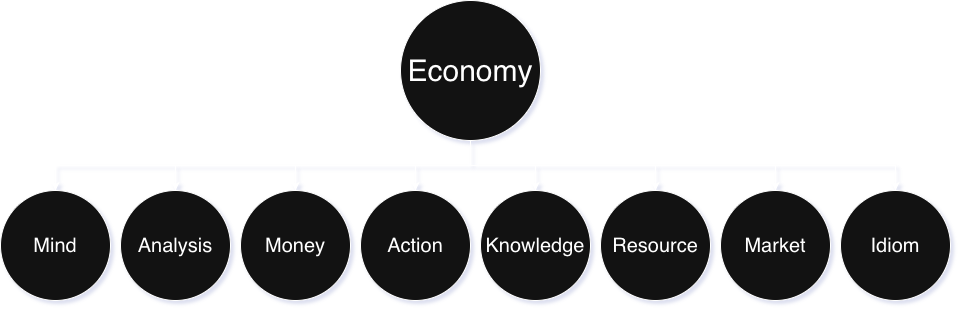
kashanimorteza/economy_document keeps this draw.io diagram as design/economy.png. Above is the earlier version. Source tidied: cells renumbered, new cells last; positions are measured from the earlier drawing's top-left corner, leaving out a move shared by most shapes.
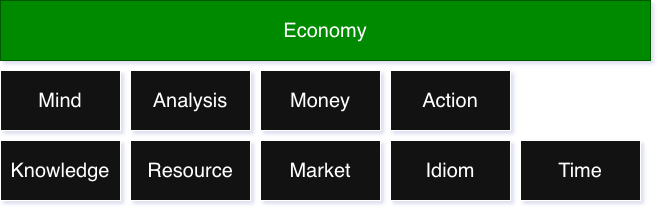
The same file after the commit.

Change to the diagram source:
```diff
@@ -2,56 +2,35 @@
   <root>
     <mxCell id="0" />
     <mxCell id="1" parent="0" />
-    <mxCell id="2" style="edgeStyle=orthogonalEdgeStyle;rounded=0;jettySize=auto;html=1;exitX=0.5;exitY=1;exitDx=0;exitDy=0;" parent="1" edge="1" source="4" target="5">
-      <mxGeometry relative="1" as="geometry" />
-    </mxCell>
-    <mxCell id="3" style="edgeStyle=orthogonalEdgeStyle;rounded=0;jettySize=auto;html=1;strokeColor=default;align=center;verticalAlign=middle;fontFamily=Helvetica;fontSize=11;fontColor=default;labelBackgroundColor=default;endArrow=classic;exitX=0.5;exitY=1;exitDx=0;exitDy=0;" parent="1" edge="1" source="4" target="6">
-      <mxGeometry relative="1" as="geometry" />
-    </mxCell>
-    <mxCell id="4" value="&lt;font style=&quot;font-size: 30px;&quot;&gt;Economy&lt;/font&gt;" style="ellipse;whiteSpace=wrap;html=1;" parent="1" vertex="1">
-      <mxGeometry x="400" width="140" height="140" as="geometry" />
-    </mxCell>
-    <mxCell id="5" value="Knowledge" style="ellipse;whiteSpace=wrap;html=1;fontSize=20;" parent="1" vertex="1">
-      <mxGeometry x="480" y="190" width="110" height="110" as="geometry" />
-    </mxCell>
+    <mxCell id="15" value="Analysis" style="whiteSpace=wrap;html=1;fontSize=20;" parent="1" vertex="1">
+      <mxGeometry x="100" y="100" width="120" height="60" as="geometry" />
+    </mxCell>
+    <mxCell id="11" value="Money" style="whiteSpace=wrap;html=1;fontSize=20;" parent="1" vertex="1">
+      <mxGeometry x="230" y="100" width="120" height="60" as="geometry" />
+    </mxCell>
+    <mxCell id="9" value="Action" style="whiteSpace=wrap;html=1;fontSize=20;" parent="1" vertex="1">
+      <mxGeometry x="360" y="100" width="120" height="60" as="geometry" />
+    </mxCell>
+    <mxCell id="17" value="Mind" style="whiteSpace=wrap;html=1;fontSize=20;" parent="1" vertex="1">
+      <mxGeometry x="-30" y="100" width="120" height="60" as="geometry" />
+    </mxCell>
-    <mxCell id="6" value="Resource" style="ellipse;whiteSpace=wrap;html=1;strokeColor=default;align=center;verticalAlign=middle;fontFamily=Helvetica;fontSize=20;fontColor=default;fillColor=default;" parent="1" vertex="1">
-      <mxGeometry x="600" y="190" width="110" height="110" as="geometry" />
+    <mxCell id="6" value="Resource" style="whiteSpace=wrap;html=1;fontSize=20;" parent="1" vertex="1">
+      <mxGeometry x="100" y="170" width="120" height="60" as="geometry" />
     </mxCell>
-    <mxCell id="7" value="Market" style="ellipse;whiteSpace=wrap;html=1;strokeColor=default;align=center;verticalAlign=middle;fontFamily=Helvetica;fontSize=20;fontColor=default;fillColor=default;" parent="1" vertex="1">
-      <mxGeometry x="720" y="190" width="110" height="110" as="geometry" />
+    <mxCell id="7" value="Market" style="whiteSpace=wrap;html=1;fontSize=20;" parent="1" vertex="1">
+      <mxGeometry x="230" y="170" width="120" height="60" as="geometry" />
     </mxCell>
-    <mxCell id="8" style="edgeStyle=orthogonalEdgeStyle;rounded=0;jettySize=auto;html=1;strokeColor=default;align=center;verticalAlign=middle;fontFamily=Helvetica;fontSize=11;fontColor=default;labelBackgroundColor=default;endArrow=classic;exitX=0.5;exitY=1;exitDx=0;exitDy=0;" parent="1" edge="1" source="4" target="7">
-      <mxGeometry relative="1" as="geometry" />
-    </mxCell>
-    <mxCell id="9" value="Action" style="ellipse;whiteSpace=wrap;html=1;fontSize=20;" parent="1" vertex="1">
-      <mxGeometry x="360" y="190" width="110" height="110" as="geometry" />
-    </mxCell>
-    <mxCell id="10" style="edgeStyle=orthogonalEdgeStyle;rounded=0;jettySize=auto;html=1;exitX=0.5;exitY=1;exitDx=0;exitDy=0;" parent="1" edge="1" source="4" target="9">
-      <mxGeometry relative="1" as="geometry" />
-    </mxCell>
-    <mxCell id="11" value="Money" style="ellipse;whiteSpace=wrap;html=1;fontSize=20;" parent="1" vertex="1">
-      <mxGeometry x="240" y="190" width="110" height="110" as="geometry" />
-    </mxCell>
-    <mxCell id="12" style="rounded=0;jettySize=auto;html=1;exitX=0.5;exitY=1;exitDx=0;exitDy=0;edgeStyle=orthogonalEdgeStyle;" parent="1" edge="1" source="4" target="11">
-      <mxGeometry relative="1" as="geometry" />
-    </mxCell>
-    <mxCell id="13" value="Idiom" style="ellipse;whiteSpace=wrap;html=1;strokeColor=default;align=center;verticalAlign=middle;fontFamily=Helvetica;fontSize=20;fontColor=default;fillColor=default;" parent="1" vertex="1">
-      <mxGeometry x="840" y="190" width="110" height="110" as="geometry" />
+    <mxCell id="13" value="Idiom" style="whiteSpace=wrap;html=1;fontSize=20;" parent="1" vertex="1">
+      <mxGeometry x="360" y="170" width="120" height="60" as="geometry" />
     </mxCell>
-    <mxCell id="14" style="edgeStyle=orthogonalEdgeStyle;rounded=0;jettySize=auto;html=1;strokeColor=default;align=center;verticalAlign=middle;fontFamily=Helvetica;fontSize=11;fontColor=default;labelBackgroundColor=default;endArrow=classic;exitX=0.5;exitY=1;exitDx=0;exitDy=0;" parent="1" edge="1" source="4" target="13">
-      <mxGeometry relative="1" as="geometry" />
-    </mxCell>
-    <mxCell id="15" value="Analysis" style="ellipse;whiteSpace=wrap;html=1;fontSize=20;" parent="1" vertex="1">
-      <mxGeometry x="120" y="190" width="110" height="110" as="geometry" />
-    </mxCell>
-    <mxCell id="16" style="rounded=0;jettySize=auto;html=1;exitX=0.5;exitY=1;exitDx=0;exitDy=0;edgeStyle=orthogonalEdgeStyle;" parent="1" edge="1" source="4" target="15">
-      <mxGeometry relative="1" as="geometry" />
-    </mxCell>
-    <mxCell id="17" value="Mind" style="ellipse;whiteSpace=wrap;html=1;fontSize=20;" parent="1" vertex="1">
-      <mxGeometry y="190" width="110" height="110" as="geometry" />
-    </mxCell>
-    <mxCell id="18" style="rounded=0;jettySize=auto;html=1;exitX=0.5;exitY=1;exitDx=0;exitDy=0;edgeStyle=orthogonalEdgeStyle;" parent="1" edge="1" source="4" target="17">
-      <mxGeometry relative="1" as="geometry" />
-    </mxCell>
+    <mxCell id="5" value="Knowledge" style="whiteSpace=wrap;html=1;fontSize=20;" parent="1" vertex="1">
+      <mxGeometry x="-30" y="170" width="120" height="60" as="geometry" />
+    </mxCell>
+    <mxCell id="19" value="Time" style="whiteSpace=wrap;html=1;fontSize=20;" parent="1" vertex="1">
+      <mxGeometry x="490" y="170" width="120" height="60" as="geometry" />
+    </mxCell>
+    <mxCell id="4" value="Economy" style="whiteSpace=wrap;html=1;fontSize=20;fontColor=#ffffff;fillColor=#008a00;strokeColor=#005700;" parent="1" vertex="1">
+      <mxGeometry x="-30" y="30" width="650" height="60" as="geometry" />
+    </mxCell>
   </root>
 </mxGraphModel>
```
